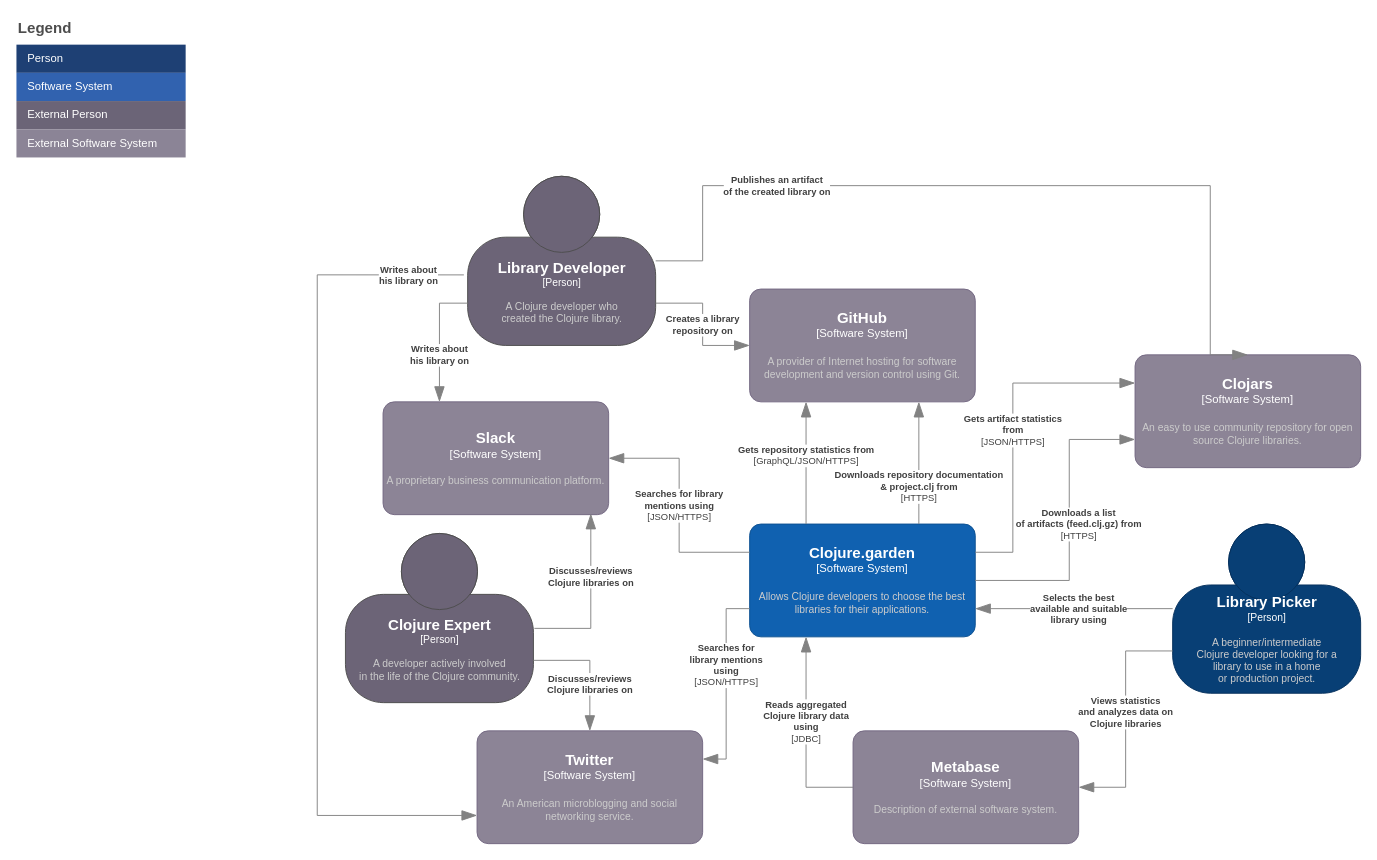
Above: diagrams/system/clojure-garden-system-context.drawio in clojure-garden/clojure-garden (draw.io), before the change. Source tidied: cells renumbered, new cells numbered last; positions are measured from the earlier drawing's top-left corner, leaving out a move shared by most shapes. Both pictures are drawn from the tidied source at 94%, with x=0, y=0 at pixel (16, 16).
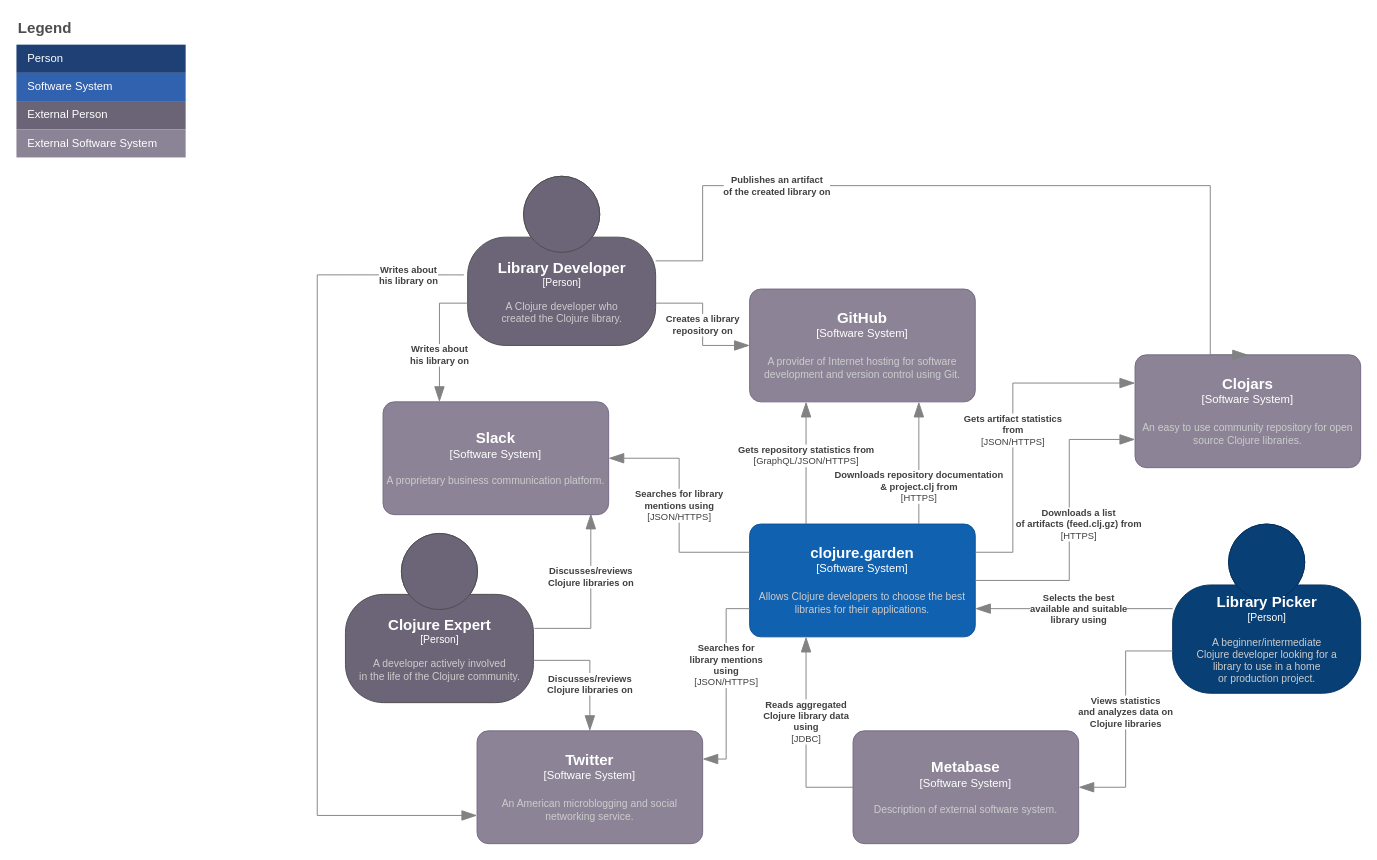
The same diagram, later.

Commit message (it also covers changes not shown here):
Fix the C4 system diagrams

Change to the diagram source:
```diff
@@
-    <object id="2" label="&lt;font style=&quot;font-size: 16px&quot;&gt;&lt;b&gt;%c4Name%&lt;/b&gt;&lt;/font&gt;&lt;div&gt;[%c4Type%]&lt;/div&gt;&lt;br&gt;&lt;div&gt;&lt;font style=&quot;font-size: 11px&quot;&gt;&lt;font color=&quot;#cccccc&quot;&gt;%c4Description%&lt;/font&gt;&lt;/div&gt;" c4Description="Allows Clojure developers to choose the best libraries for their applications." c4Name="Clojure.garden" c4Type="Software System" placeholders="1">
+    <object id="2" label="&lt;font style=&quot;font-size: 16px&quot;&gt;&lt;b&gt;%c4Name%&lt;/b&gt;&lt;/font&gt;&lt;div&gt;[%c4Type%]&lt;/div&gt;&lt;br&gt;&lt;div&gt;&lt;font style=&quot;font-size: 11px&quot;&gt;&lt;font color=&quot;#cccccc&quot;&gt;%c4Description%&lt;/font&gt;&lt;/div&gt;" c4Description="Allows Clojure developers to choose the best libraries for their applications." c4Name="clojure.garden" c4Type="Software System" placeholders="1">
       <mxCell style="rounded=1;whiteSpace=wrap;html=1;labelBackgroundColor=none;fillColor=#1061B0;fontColor=#ffffff;align=center;arcSize=10;strokeColor=#0D5091;points=[[0.25,0,0],[0.5,0,0],[0.75,0,0],[1,0.25,0],[1,0.5,0],[1,0.75,0],[0.75,1,0],[0.5,1,0],[0.25,1,0],[0,0.75,0],[0,0.5,0],[0,0.25,0]];" parent="1" vertex="1">
         <mxGeometry x="780" y="540" width="240" height="120" as="geometry" />
       </mxCell>
     </object>
```
